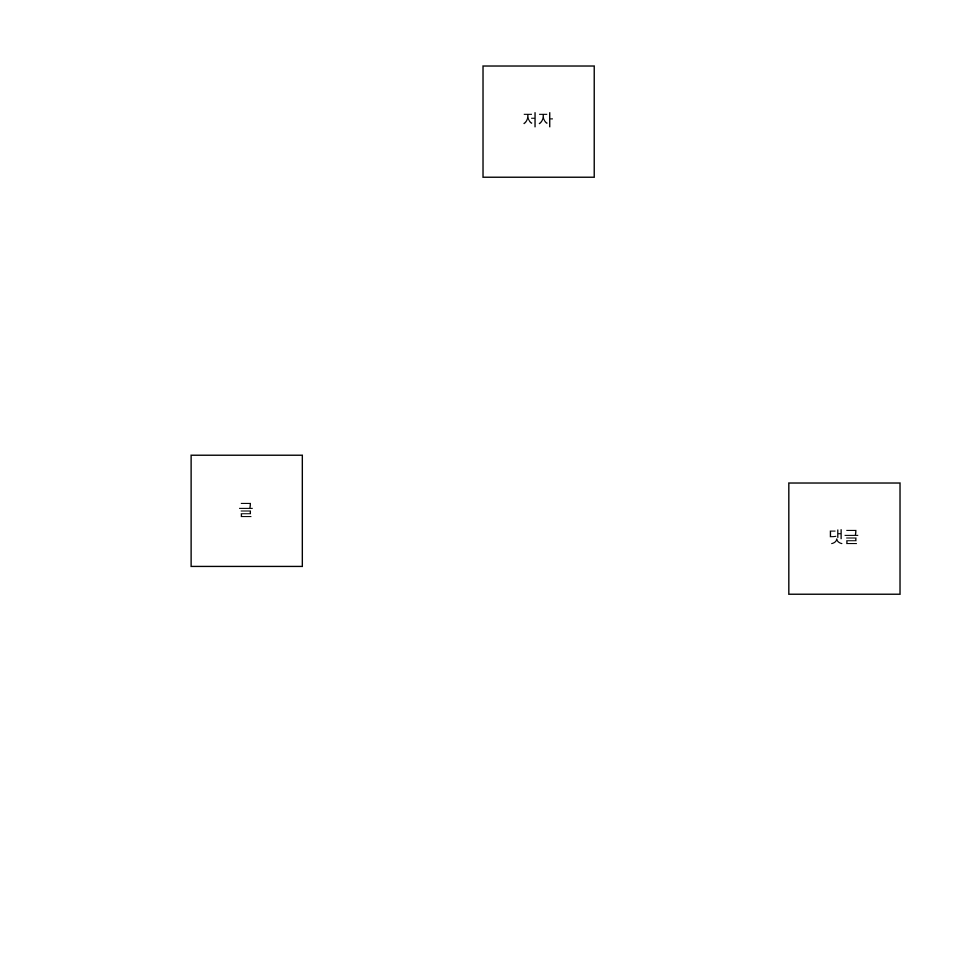
This is 관계형 데이터 모델링 ERD 실습.drawio from codingeverybody/erd, a draw.io file, before an edit. Source tidied: cells renumbered, new cells numbered last; positions are measured from the earlier drawing's top-left corner, leaving out a move shared by most shapes. Both pictures are drawn from the tidied source at 139%, with x=0, y=0 at pixel (190, 65).
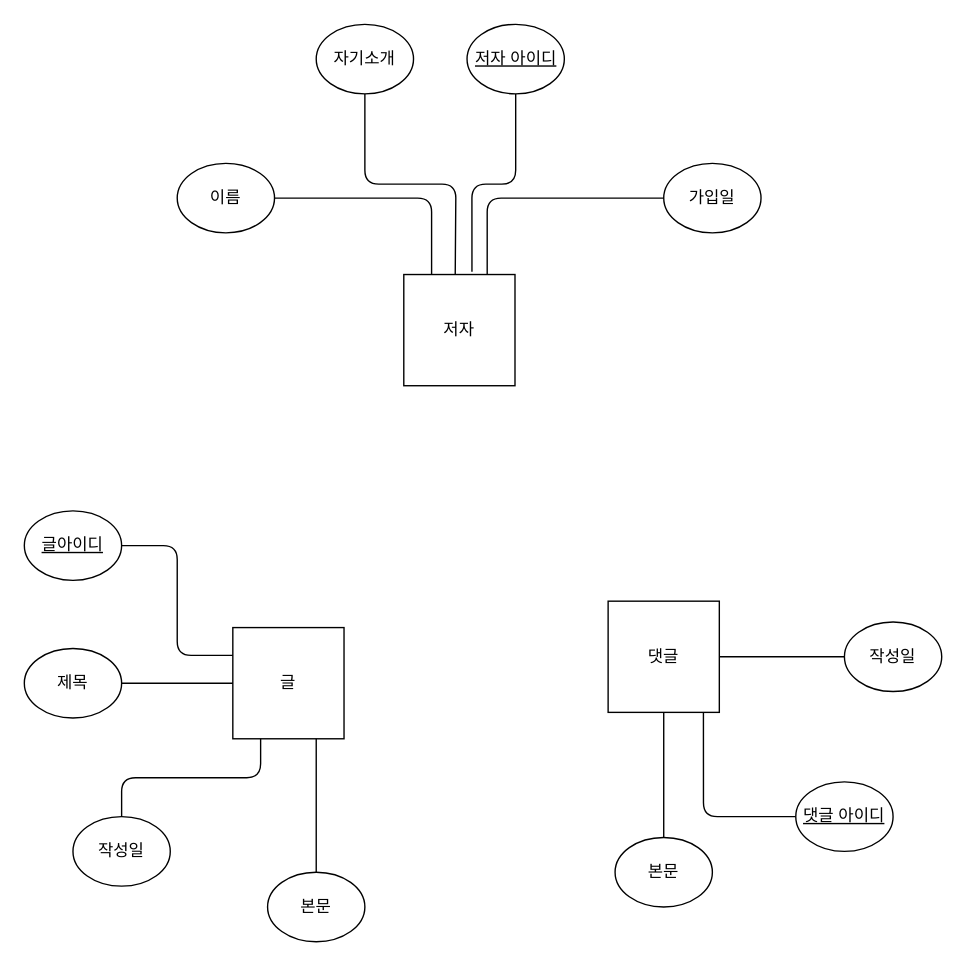
After the change.

Commit message:
엔티티정의

What changed in the source:
```diff
@@
     <mxCell id="2" value="글" style="whiteSpace=wrap;html=1;" parent="1" vertex="1">
-      <mxGeometry y="280" width="80" height="80" as="geometry" />
+      <mxGeometry x="30" y="404" width="80" height="80" as="geometry" />
     </mxCell>
     <mxCell id="3" value="저자" style="whiteSpace=wrap;html=1;" parent="1" vertex="1">
-      <mxGeometry x="210" width="80" height="80" as="geometry" />
+      <mxGeometry x="153" y="150" width="80" height="80" as="geometry" />
     </mxCell>
     <mxCell id="4" value="댓글" style="whiteSpace=wrap;html=1;" parent="1" vertex="1">
-      <mxGeometry x="430" y="300" width="80" height="80" as="geometry" />
+      <mxGeometry x="300" y="385" width="80" height="80" as="geometry" />
     </mxCell>
+    <mxCell id="5" style="edgeStyle=orthogonalEdgeStyle;rounded=1;jettySize=auto;html=1;exitX=1;exitY=0.5;exitDx=0;exitDy=0;entryX=0;entryY=0.5;entryDx=0;entryDy=0;endArrow=none;endFill=0;" parent="1" edge="1" source="6" target="2">
+      <mxGeometry relative="1" as="geometry" />
+    </mxCell>
+    <mxCell id="6" value="제목" style="ellipse;whiteSpace=wrap;html=1;" parent="1" vertex="1">
+      <mxGeometry x="-120" y="419" width="70" height="50" as="geometry" />
+    </mxCell>
+    <mxCell id="7" style="edgeStyle=orthogonalEdgeStyle;rounded=1;jettySize=auto;html=1;exitX=0.5;exitY=0;exitDx=0;exitDy=0;entryX=0.75;entryY=1;entryDx=0;entryDy=0;endArrow=none;endFill=0;" parent="1" edge="1" source="8" target="2">
+      <mxGeometry relative="1" as="geometry" />
+    </mxCell>
+    <mxCell id="8" value="본문" style="ellipse;whiteSpace=wrap;html=1;" parent="1" vertex="1">
+      <mxGeometry x="55" y="580" width="70" height="50" as="geometry" />
+    </mxCell>
+    <mxCell id="9" style="edgeStyle=orthogonalEdgeStyle;rounded=1;jettySize=auto;html=1;exitX=0.5;exitY=0;exitDx=0;exitDy=0;entryX=0.25;entryY=1;entryDx=0;entryDy=0;endArrow=none;endFill=0;" parent="1" edge="1" source="10" target="2">
+      <mxGeometry relative="1" as="geometry" />
+    </mxCell>
+    <mxCell id="10" value="작성일" style="ellipse;whiteSpace=wrap;html=1;" parent="1" vertex="1">
+      <mxGeometry x="-85" y="540" width="70" height="50" as="geometry" />
+    </mxCell>
+    <mxCell id="11" style="edgeStyle=orthogonalEdgeStyle;rounded=1;jettySize=auto;html=1;exitX=1;exitY=0.5;exitDx=0;exitDy=0;entryX=0.25;entryY=0;entryDx=0;entryDy=0;endArrow=none;endFill=0;" parent="1" edge="1" source="12" target="3">
+      <mxGeometry relative="1" as="geometry" />
+    </mxCell>
+    <mxCell id="12" value="이름" style="ellipse;whiteSpace=wrap;html=1;" parent="1" vertex="1">
+      <mxGeometry x="-10" y="70" width="70" height="50" as="geometry" />
+    </mxCell>
+    <mxCell id="13" style="edgeStyle=orthogonalEdgeStyle;rounded=1;jettySize=auto;html=1;exitX=0;exitY=0.5;exitDx=0;exitDy=0;entryX=0.75;entryY=0;entryDx=0;entryDy=0;endArrow=none;endFill=0;" parent="1" edge="1" source="14" target="3">
+      <mxGeometry relative="1" as="geometry" />
+    </mxCell>
+    <mxCell id="14" value="가입일" style="ellipse;whiteSpace=wrap;html=1;" parent="1" vertex="1">
+      <mxGeometry x="340" y="70" width="70" height="50" as="geometry" />
+    </mxCell>
+    <mxCell id="15" style="edgeStyle=orthogonalEdgeStyle;rounded=1;jettySize=auto;html=1;exitX=0.5;exitY=1;exitDx=0;exitDy=0;endArrow=none;endFill=0;" parent="1" edge="1" source="16">
+      <mxGeometry relative="1" as="geometry">
+        <mxPoint x="190" y="150" as="targetPoint" />
+      </mxGeometry>
+    </mxCell>
+    <mxCell id="16" value="자기소개" style="ellipse;whiteSpace=wrap;html=1;" parent="1" vertex="1">
+      <mxGeometry x="90" y="-30" width="70" height="50" as="geometry" />
+    </mxCell>
+    <mxCell id="17" style="edgeStyle=orthogonalEdgeStyle;rounded=1;jettySize=auto;html=1;exitX=0;exitY=0.5;exitDx=0;exitDy=0;endArrow=none;endFill=0;" parent="1" edge="1" source="18" target="4">
+      <mxGeometry relative="1" as="geometry" />
+    </mxCell>
+    <mxCell id="18" value="작성일" style="ellipse;whiteSpace=wrap;html=1;" parent="1" vertex="1">
+      <mxGeometry x="470" y="400" width="70" height="50" as="geometry" />
+    </mxCell>
+    <mxCell id="19" style="edgeStyle=orthogonalEdgeStyle;rounded=1;jettySize=auto;html=1;exitX=0.5;exitY=0;exitDx=0;exitDy=0;entryX=0.5;entryY=1;entryDx=0;entryDy=0;endArrow=none;endFill=0;" parent="1" edge="1" source="20" target="4">
+      <mxGeometry relative="1" as="geometry" />
+    </mxCell>
+    <mxCell id="20" value="본문" style="ellipse;whiteSpace=wrap;html=1;" parent="1" vertex="1">
+      <mxGeometry x="305" y="555" width="70" height="50" as="geometry" />
+    </mxCell>
+    <mxCell id="21" style="edgeStyle=orthogonalEdgeStyle;rounded=1;jettySize=auto;html=1;entryX=0;entryY=0.25;entryDx=0;entryDy=0;endArrow=none;endFill=0;" parent="1" edge="1" source="22" target="2">
+      <mxGeometry relative="1" as="geometry" />
+    </mxCell>
+    <mxCell id="22" value="글아이디" style="ellipse;whiteSpace=wrap;html=1;fontStyle=4;" parent="1" vertex="1">
+      <mxGeometry x="-120" y="320" width="70" height="50" as="geometry" />
+    </mxCell>
+    <mxCell id="23" style="edgeStyle=orthogonalEdgeStyle;rounded=1;jettySize=auto;html=1;exitX=0;exitY=0.5;exitDx=0;exitDy=0;entryX=0.857;entryY=1.005;entryDx=0;entryDy=0;entryPerimeter=0;endArrow=none;endFill=0;" parent="1" edge="1" source="24" target="4">
+      <mxGeometry relative="1" as="geometry" />
+    </mxCell>
+    <mxCell id="24" value="댓글 아이디" style="ellipse;whiteSpace=wrap;html=1;fontStyle=4;" parent="1" vertex="1">
+      <mxGeometry x="435" y="515" width="70" height="50" as="geometry" />
+    </mxCell>
+    <mxCell id="25" style="edgeStyle=orthogonalEdgeStyle;rounded=1;jettySize=auto;html=1;exitX=0.5;exitY=1;exitDx=0;exitDy=0;entryX=0.613;entryY=-0.025;entryDx=0;entryDy=0;entryPerimeter=0;endArrow=none;endFill=0;" parent="1" edge="1" source="26" target="3">
+      <mxGeometry relative="1" as="geometry" />
+    </mxCell>
+    <mxCell id="26" value="&lt;u&gt;저자 아이디&lt;/u&gt;" style="ellipse;whiteSpace=wrap;html=1;" parent="1" vertex="1">
+      <mxGeometry x="198.5" y="-30" width="70" height="50" as="geometry" />
+    </mxCell>
```
